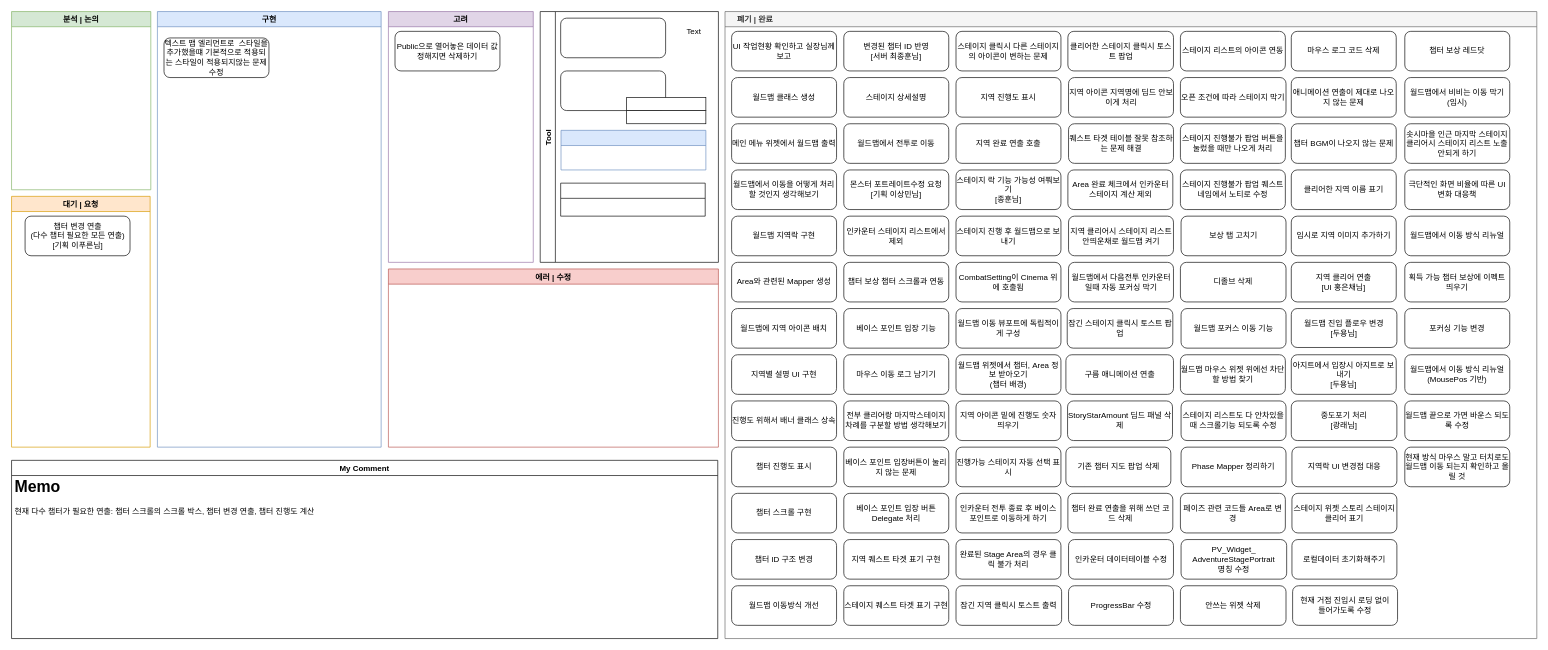
Above: 월드맵 시스템 진행상황.drawio in Endorr/Job-Board (draw.io), before the change. Source tidied: cells renumbered, new cells numbered last; positions are measured from the earlier drawing's top-left corner, leaving out a move shared by most shapes. Both pictures are drawn from the tidied source at 66%, with x=0, y=0 at pixel (11, 11).
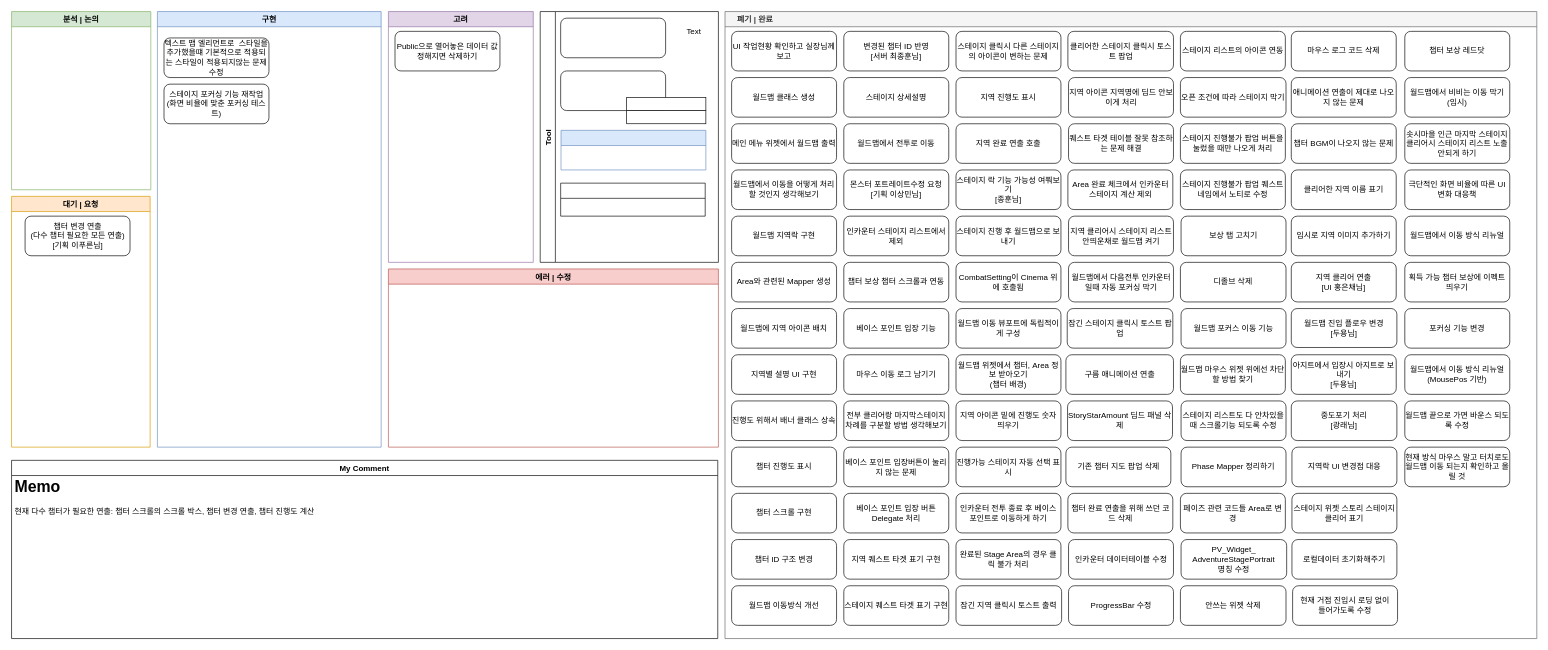
After the change.

Commit message:
Update 월드맵 시스템 진행상황.drawio

Unchanged cells that the change refers to:
```xml
<mxCell id="2" value="구현" style="swimlane;fillColor=#dae8fc;strokeColor=#6c8ebf;" parent="1" vertex="1">
  <mxGeometry x="221" width="339" height="660" as="geometry" />
</mxCell>
```

Change to the diagram source:
```diff
@@
+    <mxCell id="110" value="스테이지 포커싱 기능 재작업 (화면 비율에 맞춘 포커싱 테스트)" style="rounded=1;whiteSpace=wrap;html=1;" parent="2" vertex="1">
+      <mxGeometry x="10" y="110" width="159" height="60" as="geometry" />
+    </mxCell>
```
